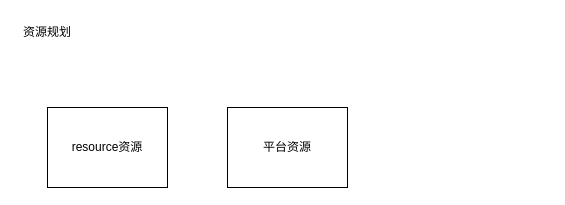
houtingkai/draw keeps this draw.io diagram as 元宇宙平台.drawio. Above is the earlier version. Source tidied: cells renumbered, new cells numbered last; positions are measured from the earlier drawing's top-left corner, leaving out a move shared by most shapes. Both pictures are drawn from the tidied source at 100%, with x=0, y=0 at pixel (17, 17).
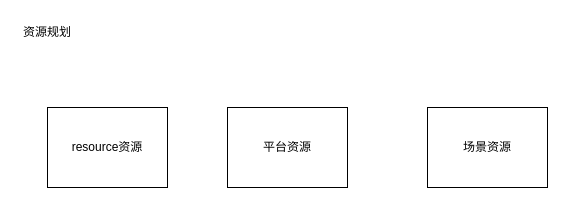
The same page after the edit.

Commit message (it also covers changes not shown here):
更新元宇宙平台.drawio

Diff of the diagram source:
```diff
@@
 <mxGraphModel>
   <root>
     <mxCell id="0" />
     <mxCell id="1" parent="0" />
     <mxCell id="2" value="resource资源" style="rounded=0;whiteSpace=wrap;html=1;" parent="1" vertex="1">
       <mxGeometry x="30" y="90" width="120" height="80" as="geometry" />
     </mxCell>
     <mxCell id="3" value="资源规划" style="text;html=1;align=center;verticalAlign=middle;whiteSpace=wrap;rounded=0;" parent="1" vertex="1">
       <mxGeometry width="60" height="30" as="geometry" />
     </mxCell>
     <mxCell id="4" value="平台资源" style="rounded=0;whiteSpace=wrap;html=1;" parent="1" vertex="1">
       <mxGeometry x="210" y="90" width="120" height="80" as="geometry" />
     </mxCell>
+    <mxCell id="5" value="场景资源" style="rounded=0;whiteSpace=wrap;html=1;" parent="1" vertex="1">
+      <mxGeometry x="410" y="90" width="120" height="80" as="geometry" />
+    </mxCell>
   </root>
 </mxGraphModel>
```
